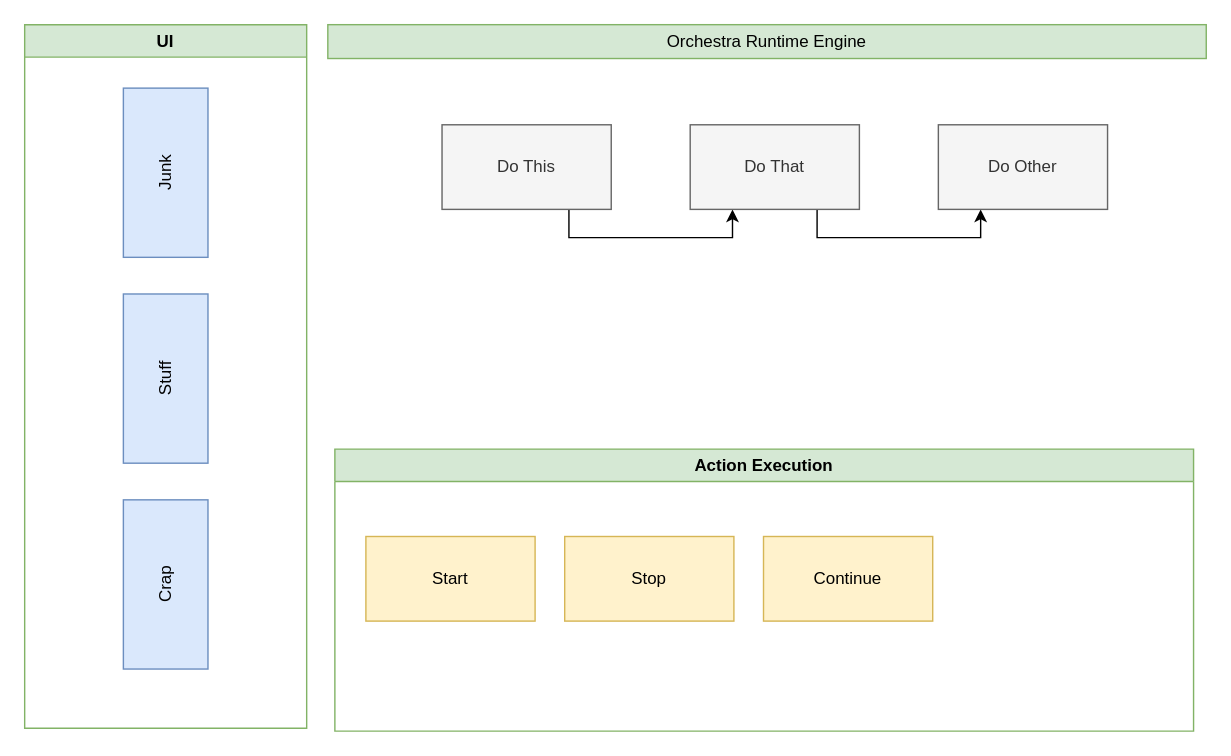
This is demo-diagrams/first-demo-diagram.drawio from jkilgrow/design-diagrams, a draw.io file, before an edit. Source tidied: cells renumbered, new cells numbered last; positions are measured from the earlier drawing's top-left corner, leaving out a move shared by most shapes. Both pictures are drawn from the tidied source at 141%, with x=0, y=0 at pixel (24, 24).
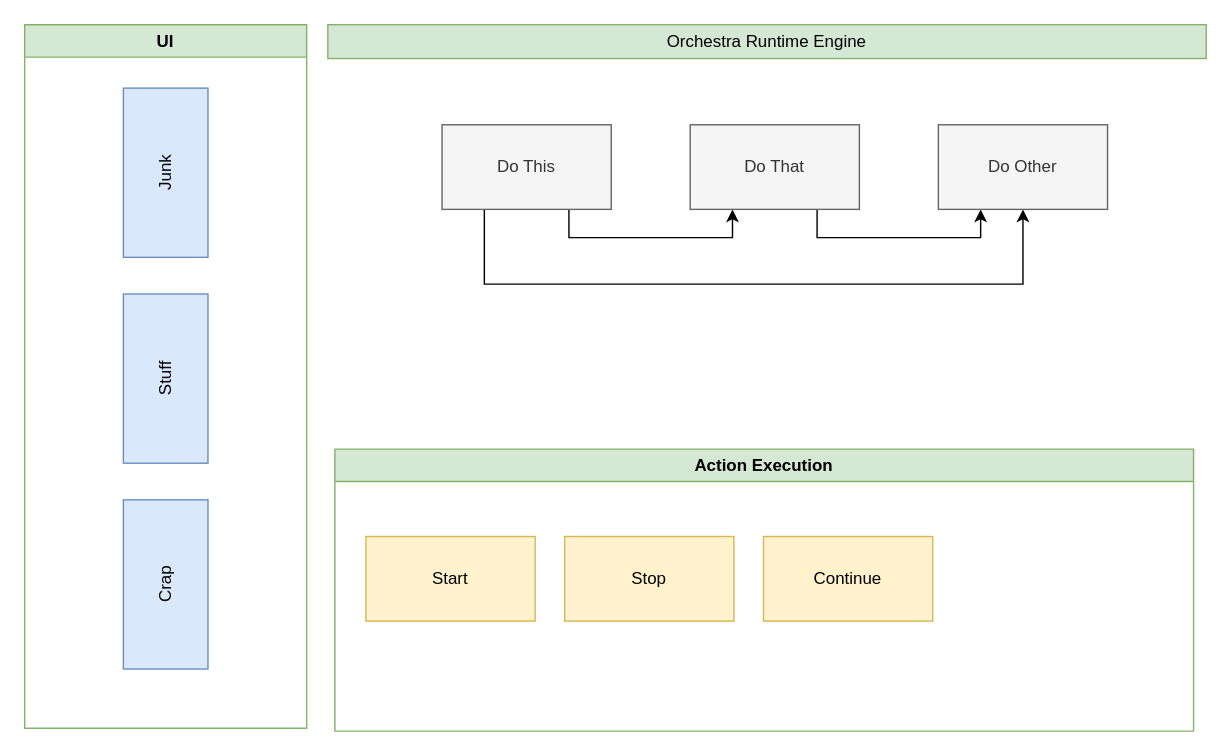
After the change.

The edit, as a diff of the source:
```diff
@@
 <mxGraphModel>
   <root>
     <mxCell id="0" />
     <mxCell id="1" parent="0" />
     <mxCell id="2" value="UI" style="swimlane;whiteSpace=wrap;html=1;fillColor=#d5e8d4;strokeColor=#82b366;" parent="1" vertex="1">
       <mxGeometry width="200" height="499" as="geometry" />
     </mxCell>
     <mxCell id="3" value="Crap" style="rounded=0;whiteSpace=wrap;html=1;fillColor=#dae8fc;strokeColor=#6c8ebf;rotation=-90;" parent="2" vertex="1">
       <mxGeometry x="40" y="367" width="120" height="60" as="geometry" />
     </mxCell>
     <mxCell id="4" value="Stuff" style="rounded=0;whiteSpace=wrap;html=1;fillColor=#dae8fc;strokeColor=#6c8ebf;rotation=-90;" parent="2" vertex="1">
       <mxGeometry x="40" y="221" width="120" height="60" as="geometry" />
     </mxCell>
     <mxCell id="5" value="Junk" style="rounded=0;whiteSpace=wrap;html=1;fillColor=#dae8fc;strokeColor=#6c8ebf;rotation=-90;" parent="2" vertex="1">
       <mxGeometry x="40" y="75" width="120" height="60" as="geometry" />
     </mxCell>
     <mxCell id="6" value="Action Execution" style="swimlane;whiteSpace=wrap;html=1;fillColor=#d5e8d4;strokeColor=#82b366;" parent="1" vertex="1">
       <mxGeometry x="220" y="301" width="609" height="200" as="geometry" />
     </mxCell>
     <mxCell id="7" value="Start" style="rounded=0;whiteSpace=wrap;html=1;fillColor=#fff2cc;strokeColor=#d6b656;" parent="6" vertex="1">
       <mxGeometry x="22" y="62" width="120" height="60" as="geometry" />
     </mxCell>
     <mxCell id="8" value="Stop" style="rounded=0;whiteSpace=wrap;html=1;fillColor=#fff2cc;strokeColor=#d6b656;" parent="6" vertex="1">
       <mxGeometry x="163" y="62" width="120" height="60" as="geometry" />
     </mxCell>
     <mxCell id="9" value="Continue" style="rounded=0;whiteSpace=wrap;html=1;fillColor=#fff2cc;strokeColor=#d6b656;" parent="6" vertex="1">
       <mxGeometry x="304" y="62" width="120" height="60" as="geometry" />
     </mxCell>
     <mxCell id="10" value="Orchestra Runtime Engine" style="rounded=0;whiteSpace=wrap;html=1;fillColor=#d5e8d4;strokeColor=#82b366;" parent="1" vertex="1">
       <mxGeometry x="215" width="623" height="24" as="geometry" />
     </mxCell>
     <mxCell id="11" style="edgeStyle=orthogonalEdgeStyle;rounded=0;jettySize=auto;html=1;entryX=0.25;entryY=1;entryDx=0;entryDy=0;exitX=0.75;exitY=1;exitDx=0;exitDy=0;" parent="1" edge="1" source="12" target="14">
       <mxGeometry relative="1" as="geometry" />
     </mxCell>
+    <mxCell id="16" style="edgeStyle=orthogonalEdgeStyle;rounded=0;jettySize=auto;html=1;entryX=0.5;entryY=1;entryDx=0;entryDy=0;exitX=0.25;exitY=1;exitDx=0;exitDy=0;" parent="1" edge="1" source="12" target="15">
+      <mxGeometry relative="1" as="geometry">
+        <Array as="points">
+          <mxPoint x="326" y="184" />
+          <mxPoint x="708" y="184" />
+        </Array>
+      </mxGeometry>
+    </mxCell>
     <mxCell id="12" value="Do This" style="rounded=0;whiteSpace=wrap;html=1;fillColor=#f5f5f5;fontColor=#333333;strokeColor=#666666;" parent="1" vertex="1">
       <mxGeometry x="296" y="71" width="120" height="60" as="geometry" />
     </mxCell>
     <mxCell id="13" style="edgeStyle=orthogonalEdgeStyle;rounded=0;jettySize=auto;html=1;entryX=0.25;entryY=1;entryDx=0;entryDy=0;exitX=0.75;exitY=1;exitDx=0;exitDy=0;" parent="1" edge="1" source="14" target="15">
       <mxGeometry relative="1" as="geometry" />
     </mxCell>
     <mxCell id="14" value="Do That" style="rounded=0;whiteSpace=wrap;html=1;fillColor=#f5f5f5;fontColor=#333333;strokeColor=#666666;" parent="1" vertex="1">
       <mxGeometry x="472" y="71" width="120" height="60" as="geometry" />
     </mxCell>
     <mxCell id="15" value="Do Other" style="rounded=0;whiteSpace=wrap;html=1;fillColor=#f5f5f5;fontColor=#333333;strokeColor=#666666;" parent="1" vertex="1">
       <mxGeometry x="648" y="71" width="120" height="60" as="geometry" />
     </mxCell>
   </root>
 </mxGraphModel>
```
